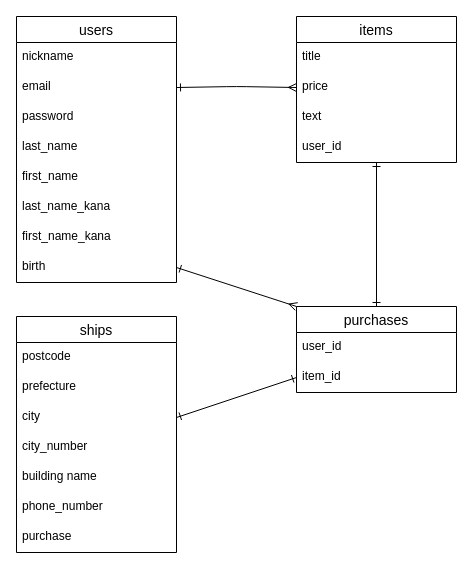
kohei0429/furima-38646 keeps this draw.io diagram as page "ページ1" (1 of 2) of ER.dio. Above is the earlier version. Source tidied: cells renumbered, new cells numbered last; positions are measured from the earlier drawing's top-left corner, leaving out a move shared by most shapes. Both pictures are drawn from the tidied source at 100%, with x=0, y=0 at pixel (16, 16).
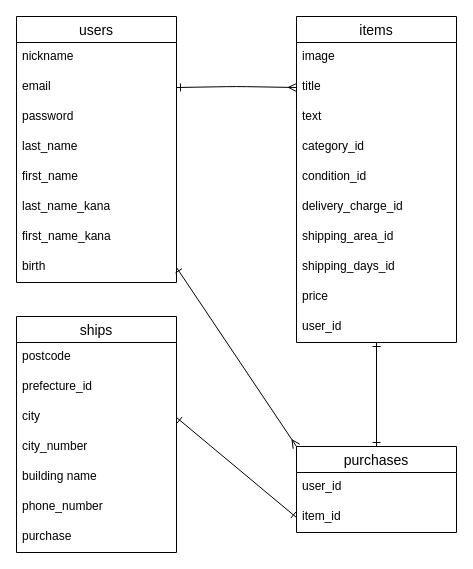
After the change.

Unchanged cells that the change refers to:
```xml
<mxCell id="18" value="ships" style="swimlane;fontStyle=0;horizontal=1;startSize=26;align=center;fontSize=14;" parent="1" vertex="1">
  <mxGeometry y="300" width="160" height="236" as="geometry" />
</mxCell>
```

Change to the diagram source:
```diff
@@
     <mxCell id="12" value="items" style="swimlane;fontStyle=0;horizontal=1;startSize=26;align=center;fontSize=14;" parent="1" vertex="1">
-      <mxGeometry x="280" width="160" height="146" as="geometry" />
+      <mxGeometry x="280" width="160" height="326" as="geometry" />
     </mxCell>
+    <mxCell id="32" value="image" style="text;strokeColor=none;fillColor=none;spacingLeft=4;spacingRight=4;overflow=hidden;fontSize=12;" parent="12" vertex="1">
+      <mxGeometry y="26" width="160" height="30" as="geometry" />
+    </mxCell>
+    <mxCell id="33" value="title" style="text;strokeColor=none;fillColor=none;spacingLeft=4;spacingRight=4;overflow=hidden;fontSize=12;" parent="12" vertex="1">
+      <mxGeometry y="56" width="160" height="30" as="geometry" />
+    </mxCell>
+    <mxCell id="15" value="text" style="text;strokeColor=none;fillColor=none;spacingLeft=4;spacingRight=4;overflow=hidden;fontSize=12;" parent="12" vertex="1">
+      <mxGeometry y="86" width="160" height="30" as="geometry" />
+    </mxCell>
+    <mxCell id="34" value="category_id" style="text;strokeColor=none;fillColor=none;spacingLeft=4;spacingRight=4;overflow=hidden;fontSize=12;" parent="12" vertex="1">
+      <mxGeometry y="116" width="160" height="30" as="geometry" />
+    </mxCell>
+    <mxCell id="35" value="condition_id" style="text;strokeColor=none;fillColor=none;spacingLeft=4;spacingRight=4;overflow=hidden;fontSize=12;" parent="12" vertex="1">
+      <mxGeometry y="146" width="160" height="30" as="geometry" />
+    </mxCell>
+    <mxCell id="36" value="delivery_charge_id" style="text;strokeColor=none;fillColor=none;spacingLeft=4;spacingRight=4;overflow=hidden;fontSize=12;" parent="12" vertex="1">
+      <mxGeometry y="176" width="160" height="30" as="geometry" />
+    </mxCell>
+    <mxCell id="37" value="shipping_area_id" style="text;strokeColor=none;fillColor=none;spacingLeft=4;spacingRight=4;overflow=hidden;fontSize=12;" parent="12" vertex="1">
+      <mxGeometry y="206" width="160" height="30" as="geometry" />
+    </mxCell>
-    <mxCell id="13" value="title" style="text;strokeColor=none;fillColor=none;spacingLeft=4;spacingRight=4;overflow=hidden;fontSize=12;" parent="12" vertex="1">
-      <mxGeometry y="26" width="160" height="30" as="geometry" />
+    <mxCell id="13" value="shipping_days_id" style="text;strokeColor=none;fillColor=none;spacingLeft=4;spacingRight=4;overflow=hidden;fontSize=12;" parent="12" vertex="1">
+      <mxGeometry y="236" width="160" height="30" as="geometry" />
     </mxCell>
     <mxCell id="14" value="price" style="text;strokeColor=none;fillColor=none;spacingLeft=4;spacingRight=4;overflow=hidden;fontSize=12;" parent="12" vertex="1">
-      <mxGeometry y="56" width="160" height="30" as="geometry" />
+      <mxGeometry y="266" width="160" height="30" as="geometry" />
     </mxCell>
-    <mxCell id="15" value="text" style="text;strokeColor=none;fillColor=none;spacingLeft=4;spacingRight=4;overflow=hidden;fontSize=12;" parent="12" vertex="1">
-      <mxGeometry y="86" width="160" height="30" as="geometry" />
-    </mxCell>
     <mxCell id="16" value="user_id" style="text;strokeColor=none;fillColor=none;spacingLeft=4;spacingRight=4;overflow=hidden;fontSize=12;" parent="12" vertex="1">
-      <mxGeometry y="116" width="160" height="30" as="geometry" />
+      <mxGeometry y="296" width="160" height="30" as="geometry" />
     </mxCell>
@@
-    <mxCell id="20" value="prefecture" style="text;strokeColor=none;fillColor=none;spacingLeft=4;spacingRight=4;overflow=hidden;fontSize=12;" parent="18" vertex="1">
+    <mxCell id="20" value="prefecture_id" style="text;strokeColor=none;fillColor=none;spacingLeft=4;spacingRight=4;overflow=hidden;fontSize=12;" parent="18" vertex="1">
       <mxGeometry y="56" width="160" height="30" as="geometry" />
     </mxCell>
@@
     <mxCell id="27" value="purchases" style="swimlane;fontStyle=0;horizontal=1;startSize=26;align=center;fontSize=14;" parent="1" vertex="1">
-      <mxGeometry x="280" y="290" width="160" height="86" as="geometry" />
+      <mxGeometry x="280" y="430" width="160" height="86" as="geometry" />
     </mxCell>
```
